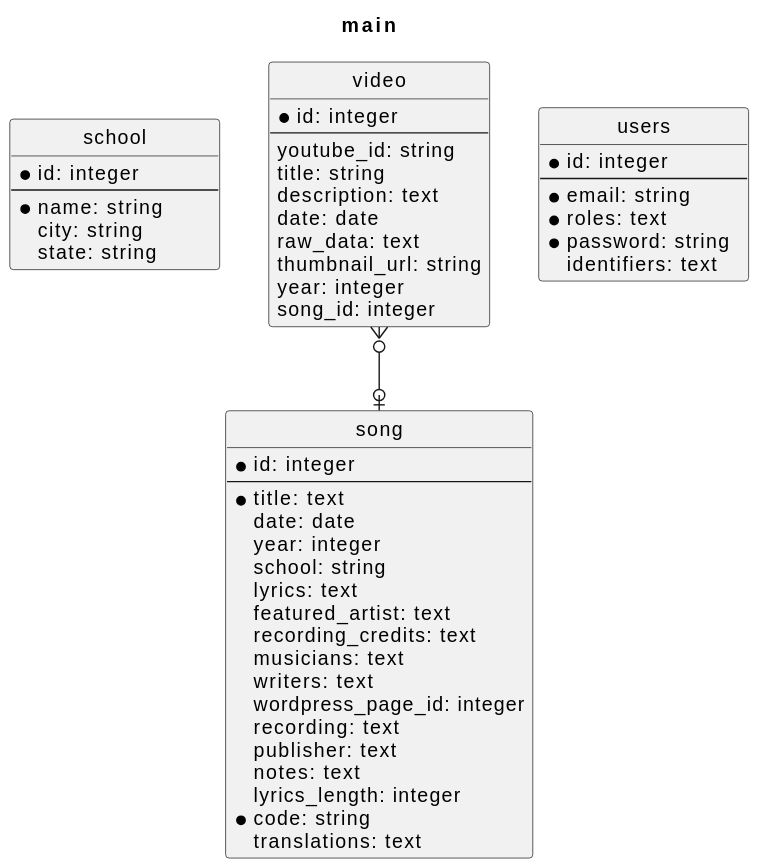
Above: assets/er.svg in survos/kidpanalley (PlantUML), before the change.
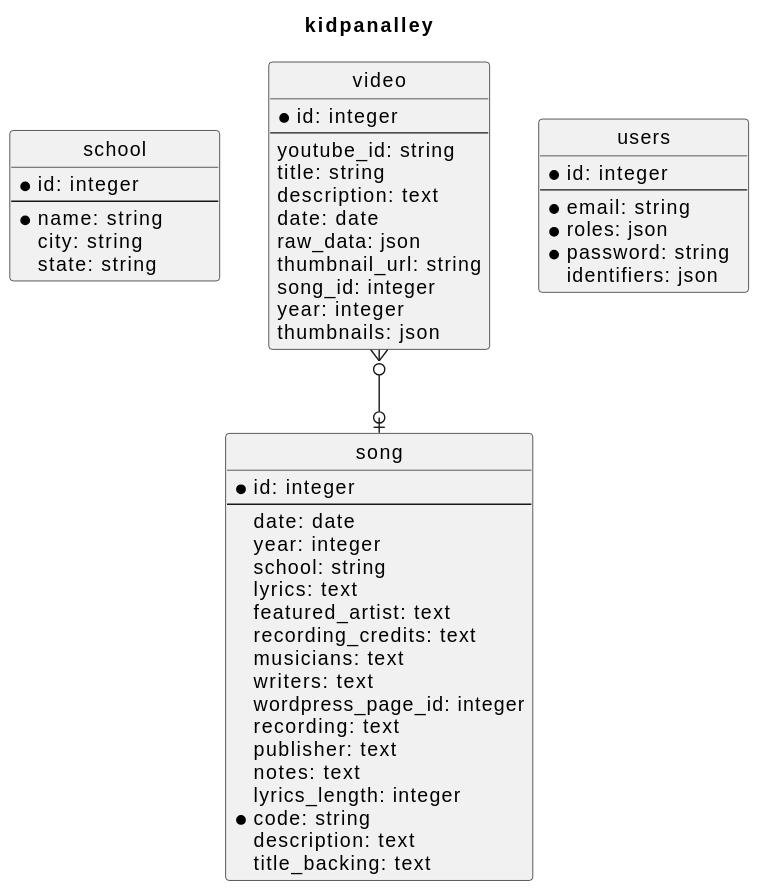
After the commit.

Diff of the diagram source:
```diff
@@ -3,7 +3,7 @@
 hide circle
 skinparam MinClassWidth 150
 skinparam LineType Ortho
-title main
+title kidpanalley
 !theme _none_
 entity school {
 * id: integer
@@ -15,7 +15,6 @@
 entity song {
 * id: integer
 --
-* title: text
  date: date
  year: integer
  school: string
@@ -30,15 +29,16 @@
  notes: text
  lyrics_length: integer
 * code: string
- translations: text
+ description: text
+ title_backing: text
 }
 entity users {
 * id: integer
 --
 * email: string
-* roles: text
+* roles: json
 * password: string
- identifiers: text
+ identifiers: json
 }
 entity video {
 * id: integer
@@ -47,10 +47,11 @@
  title: string
  description: text
  date: date
- raw_data: text
+ raw_data: json
  thumbnail_url: string
+ song_id: integer
  year: integer
- song_id: integer
+ thumbnails: json
 }
 video }o--o| song
 @enduml
```
